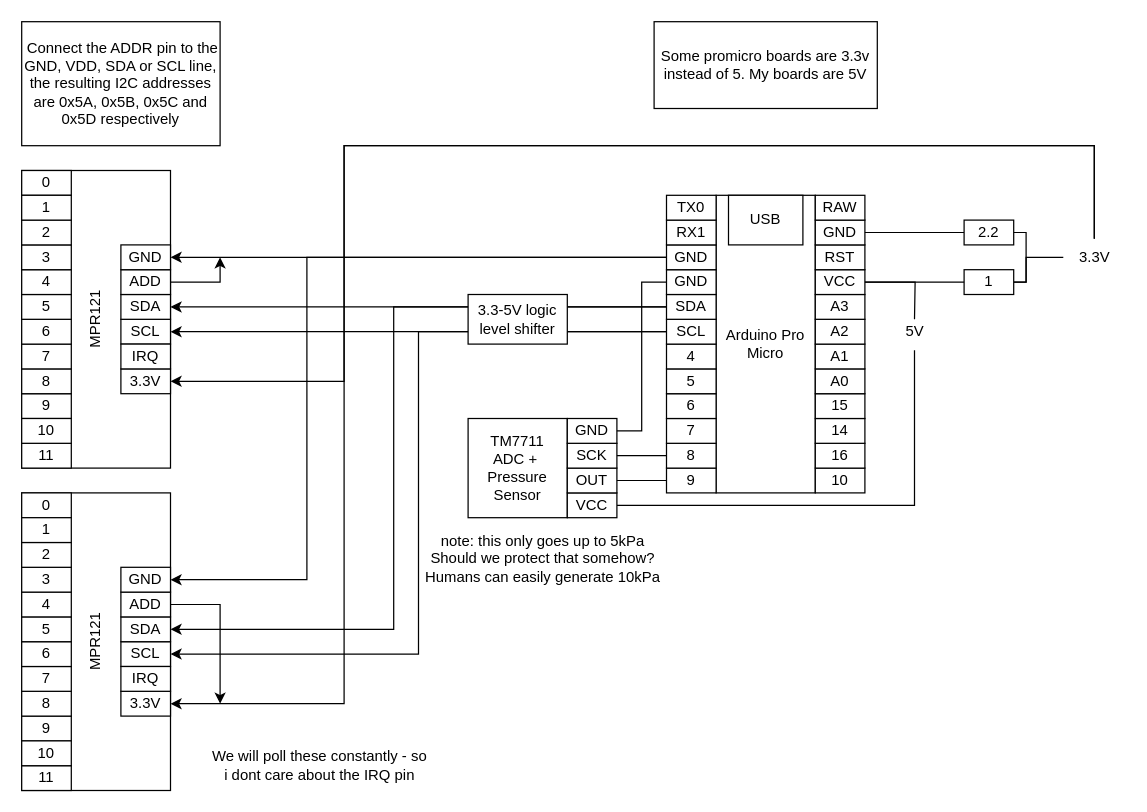
The draw.io diagram page "Circuit" (3 of 3) of notes/diagrams.drawio in starmaid/ewi, before the edit. Source tidied: cells renumbered, new cells numbered last; positions are measured from the earlier drawing's top-left corner, leaving out a move shared by most shapes. Both pictures are drawn from the tidied source at 124%, with x=0, y=0 at pixel (21, 21).
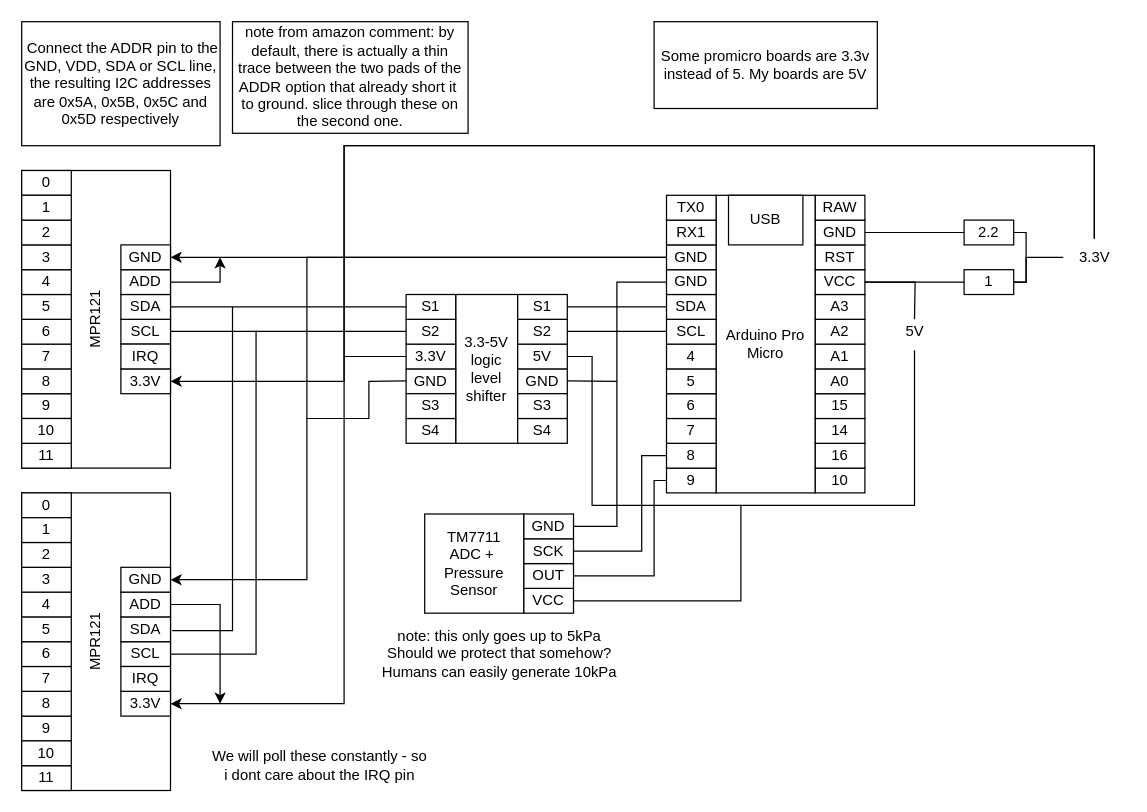
After the change.

The change refers to these unchanged cells:
```xml
<mxCell id="4" value="9" style="rounded=0;whiteSpace=wrap;html=1;" parent="2" vertex="1">
  <mxGeometry y="220" width="40" height="20" as="geometry" />
</mxCell>
<mxCell id="5" value="8" style="rounded=0;whiteSpace=wrap;html=1;" parent="2" vertex="1">
  <mxGeometry y="200" width="40" height="20" as="geometry" />
</mxCell>
<mxCell id="10" value="SCL" style="rounded=0;whiteSpace=wrap;html=1;" parent="2" vertex="1">
  <mxGeometry y="100" width="40" height="20" as="geometry" />
</mxCell>
<mxCell id="18" value="SDA" style="rounded=0;whiteSpace=wrap;html=1;" parent="2" vertex="1">
  <mxGeometry y="80" width="40" height="20" as="geometry" />
</mxCell>
<mxCell id="19" value="GND" style="rounded=0;whiteSpace=wrap;html=1;" parent="2" vertex="1">
  <mxGeometry y="60" width="40" height="20" as="geometry" />
</mxCell>
<mxCell id="40" value="5V" style="text;html=1;align=center;verticalAlign=middle;points=[];strokeColor=none;fillColor=none;" parent="1" vertex="1">
  <mxGeometry x="700" y="235" width="40" height="30" as="geometry" />
</mxCell>
<mxCell id="47" value="SCL" style="rounded=0;whiteSpace=wrap;html=1;" parent="1" vertex="1">
  <mxGeometry x="80" y="240" width="40" height="20" as="geometry" />
</mxCell>
<mxCell id="48" value="SDA" style="rounded=0;whiteSpace=wrap;html=1;" parent="1" vertex="1">
  <mxGeometry x="80" y="220" width="40" height="20" as="geometry" />
</mxCell>
<mxCell id="67" value="MPR121" style="rounded=0;whiteSpace=wrap;html=1;horizontal=0;" parent="1" vertex="1">
  <mxGeometry y="380" width="120" height="240" as="geometry" />
</mxCell>
<mxCell id="68" value="SCL" style="rounded=0;whiteSpace=wrap;html=1;" parent="1" vertex="1">
  <mxGeometry x="80" y="500" width="40" height="20" as="geometry" />
</mxCell>
<mxCell id="69" value="SDA" style="rounded=0;whiteSpace=wrap;html=1;" parent="1" vertex="1">
  <mxGeometry x="80" y="480" width="40" height="20" as="geometry" />
</mxCell>
```

Change to the diagram source:
```diff
@@
     <mxCell id="39" style="edgeStyle=orthogonalEdgeStyle;rounded=0;jettySize=auto;html=1;entryX=1;entryY=0.5;entryDx=0;entryDy=0;endArrow=none;endFill=0;" parent="1" edge="1" source="40" target="42">
       <mxGeometry relative="1" as="geometry">
         <Array as="points">
           <mxPoint x="720" y="390" />
+          <mxPoint x="580" y="390" />
+          <mxPoint x="580" y="467" />
         </Array>
       </mxGeometry>
     </mxCell>
@@
     <mxCell id="41" value="TM7711&lt;br&gt;ADC +&amp;nbsp;&lt;br&gt;Pressure Sensor" style="rounded=0;whiteSpace=wrap;html=1;" parent="1" vertex="1">
-      <mxGeometry x="360" y="320" width="80" height="80" as="geometry" />
+      <mxGeometry x="325" y="397" width="80" height="80" as="geometry" />
     </mxCell>
     <mxCell id="42" value="VCC" style="rounded=0;whiteSpace=wrap;html=1;" parent="1" vertex="1">
-      <mxGeometry x="440" y="380" width="40" height="20" as="geometry" />
+      <mxGeometry x="405" y="457" width="40" height="20" as="geometry" />
     </mxCell>
     <mxCell id="43" value="OUT" style="rounded=0;whiteSpace=wrap;html=1;" parent="1" vertex="1">
-      <mxGeometry x="440" y="360" width="40" height="20" as="geometry" />
+      <mxGeometry x="405" y="437" width="40" height="20" as="geometry" />
     </mxCell>
     <mxCell id="44" value="SCK" style="rounded=0;whiteSpace=wrap;html=1;" parent="1" vertex="1">
-      <mxGeometry x="440" y="340" width="40" height="20" as="geometry" />
+      <mxGeometry x="405" y="417" width="40" height="20" as="geometry" />
     </mxCell>
     <mxCell id="45" value="GND" style="rounded=0;whiteSpace=wrap;html=1;" parent="1" vertex="1">
-      <mxGeometry x="440" y="320" width="40" height="20" as="geometry" />
+      <mxGeometry x="405" y="397" width="40" height="20" as="geometry" />
     </mxCell>
@@
-    <mxCell id="88" style="edgeStyle=orthogonalEdgeStyle;rounded=0;jettySize=auto;html=1;entryX=1;entryY=0.5;entryDx=0;entryDy=0;endArrow=none;endFill=0;" parent="1" edge="1" source="5" target="44">
+    <mxCell id="88" style="edgeStyle=orthogonalEdgeStyle;rounded=0;jettySize=auto;html=1;entryX=1;entryY=0.5;entryDx=0;entryDy=0;endArrow=none;endFill=0;exitX=0;exitY=0.5;exitDx=0;exitDy=0;" parent="1" edge="1" source="5" target="44">
       <mxGeometry relative="1" as="geometry">
         <Array as="points">
-          <mxPoint x="480" y="350" />
-          <mxPoint x="480" y="350" />
+          <mxPoint x="500" y="350" />
+          <mxPoint x="500" y="427" />
         </Array>
       </mxGeometry>
     </mxCell>
-    <mxCell id="89" style="edgeStyle=orthogonalEdgeStyle;rounded=0;jettySize=auto;html=1;entryX=1;entryY=0.5;entryDx=0;entryDy=0;endArrow=none;endFill=0;" parent="1" edge="1" source="4" target="43">
+    <mxCell id="89" style="edgeStyle=orthogonalEdgeStyle;rounded=0;jettySize=auto;html=1;entryX=1;entryY=0.5;entryDx=0;entryDy=0;endArrow=none;endFill=0;" parent="1" edge="1" target="43">
       <mxGeometry relative="1" as="geometry">
+        <mxPoint x="520" y="370" as="sourcePoint" />
         <Array as="points">
-          <mxPoint x="480" y="370" />
-          <mxPoint x="480" y="370" />
+          <mxPoint x="510" y="370" />
+          <mxPoint x="510" y="447" />
         </Array>
       </mxGeometry>
     </mxCell>
@@
     <mxCell id="92" style="edgeStyle=orthogonalEdgeStyle;rounded=0;jettySize=auto;html=1;entryX=1;entryY=0.5;entryDx=0;entryDy=0;endArrow=none;endFill=0;" parent="1" edge="1" source="19" target="45">
-      <mxGeometry relative="1" as="geometry" />
+      <mxGeometry relative="1" as="geometry">
+        <Array as="points">
+          <mxPoint x="480" y="210" />
+          <mxPoint x="480" y="407" />
+        </Array>
+      </mxGeometry>
     </mxCell>
-    <mxCell id="93" style="edgeStyle=orthogonalEdgeStyle;rounded=0;jettySize=auto;html=1;entryX=1;entryY=0.5;entryDx=0;entryDy=0;" parent="1" edge="1" source="18" target="48">
-      <mxGeometry relative="1" as="geometry" />
-    </mxCell>
-    <mxCell id="94" style="edgeStyle=orthogonalEdgeStyle;rounded=0;jettySize=auto;html=1;entryX=1;entryY=0.5;entryDx=0;entryDy=0;" parent="1" edge="1" source="10" target="47">
-      <mxGeometry relative="1" as="geometry" />
-    </mxCell>
-    <mxCell id="95" style="edgeStyle=orthogonalEdgeStyle;rounded=0;jettySize=auto;html=1;entryX=1;entryY=0.5;entryDx=0;entryDy=0;" parent="1" edge="1" source="18" target="69">
-      <mxGeometry relative="1" as="geometry">
-        <Array as="points">
-          <mxPoint x="300" y="230" />
-          <mxPoint x="300" y="490" />
-        </Array>
-      </mxGeometry>
-    </mxCell>
-    <mxCell id="96" style="edgeStyle=orthogonalEdgeStyle;rounded=0;jettySize=auto;html=1;entryX=1;entryY=0.5;entryDx=0;entryDy=0;" parent="1" edge="1" source="10" target="68">
-      <mxGeometry relative="1" as="geometry" />
-    </mxCell>
     <mxCell id="97" value="note: this only goes up to 5kPa&lt;div&gt;Should we protect that somehow?&lt;/div&gt;&lt;div&gt;Humans can easily generate 10kPa&lt;/div&gt;" style="text;html=1;align=center;verticalAlign=middle;strokeColor=none;fillColor=none;" parent="1" vertex="1">
-      <mxGeometry x="315" y="403" width="210" height="60" as="geometry" />
+      <mxGeometry x="280" y="480" width="210" height="60" as="geometry" />
     </mxCell>
@@
     <mxCell id="99" value="3.3-5V logic level shifter" style="rounded=0;whiteSpace=wrap;html=1;" parent="1" vertex="1">
-      <mxGeometry x="360" y="220" width="80" height="40" as="geometry" />
+      <mxGeometry x="350" y="220" width="50" height="120" as="geometry" />
     </mxCell>
+    <mxCell id="100" value="GND" style="rounded=0;whiteSpace=wrap;html=1;" parent="1" vertex="1">
+      <mxGeometry x="310" y="280" width="40" height="20" as="geometry" />
+    </mxCell>
+    <mxCell id="101" value="3.3V" style="rounded=0;whiteSpace=wrap;html=1;" parent="1" vertex="1">
+      <mxGeometry x="310" y="260" width="40" height="20" as="geometry" />
+    </mxCell>
+    <mxCell id="102" value="S2" style="rounded=0;whiteSpace=wrap;html=1;" parent="1" vertex="1">
+      <mxGeometry x="310" y="240" width="40" height="20" as="geometry" />
+    </mxCell>
+    <mxCell id="103" value="S1" style="rounded=0;whiteSpace=wrap;html=1;" parent="1" vertex="1">
+      <mxGeometry x="310" y="220" width="40" height="20" as="geometry" />
+    </mxCell>
+    <mxCell id="104" value="S4" style="rounded=0;whiteSpace=wrap;html=1;" parent="1" vertex="1">
+      <mxGeometry x="310" y="320" width="40" height="20" as="geometry" />
+    </mxCell>
+    <mxCell id="105" value="S3" style="rounded=0;whiteSpace=wrap;html=1;" parent="1" vertex="1">
+      <mxGeometry x="310" y="300" width="40" height="20" as="geometry" />
+    </mxCell>
+    <mxCell id="106" value="GND" style="rounded=0;whiteSpace=wrap;html=1;" parent="1" vertex="1">
+      <mxGeometry x="400" y="280" width="40" height="20" as="geometry" />
+    </mxCell>
+    <mxCell id="107" value="5V" style="rounded=0;whiteSpace=wrap;html=1;" parent="1" vertex="1">
+      <mxGeometry x="400" y="260" width="40" height="20" as="geometry" />
+    </mxCell>
+    <mxCell id="108" value="S2" style="rounded=0;whiteSpace=wrap;html=1;" parent="1" vertex="1">
+      <mxGeometry x="400" y="240" width="40" height="20" as="geometry" />
+    </mxCell>
+    <mxCell id="109" value="S1" style="rounded=0;whiteSpace=wrap;html=1;" parent="1" vertex="1">
+      <mxGeometry x="400" y="220" width="40" height="20" as="geometry" />
+    </mxCell>
+    <mxCell id="110" value="S4" style="rounded=0;whiteSpace=wrap;html=1;" parent="1" vertex="1">
+      <mxGeometry x="400" y="320" width="40" height="20" as="geometry" />
+    </mxCell>
+    <mxCell id="111" value="S3" style="rounded=0;whiteSpace=wrap;html=1;" parent="1" vertex="1">
+      <mxGeometry x="400" y="300" width="40" height="20" as="geometry" />
+    </mxCell>
+    <mxCell id="112" style="endArrow=none;html=1;rounded=0;entryX=0;entryY=0.5;entryDx=0;entryDy=0;" parent="1" edge="1" target="18">
+      <mxGeometry relative="1" as="geometry">
+        <mxPoint x="440" y="230" as="sourcePoint" />
+      </mxGeometry>
+    </mxCell>
+    <mxCell id="113" style="endArrow=none;html=1;rounded=0;entryX=0;entryY=0.5;entryDx=0;entryDy=0;" parent="1" edge="1">
+      <mxGeometry relative="1" as="geometry">
+        <mxPoint x="440" y="249.7" as="sourcePoint" />
+        <mxPoint x="520" y="249.7" as="targetPoint" />
+      </mxGeometry>
+    </mxCell>
+    <mxCell id="114" style="endArrow=none;html=1;rounded=0;exitX=1;exitY=0.5;exitDx=0;exitDy=0;" parent="1" edge="1" source="107">
+      <mxGeometry relative="1" as="geometry">
+        <mxPoint x="580" y="390" as="targetPoint" />
+        <Array as="points">
+          <mxPoint x="460" y="270" />
+          <mxPoint x="460" y="390" />
+        </Array>
+      </mxGeometry>
+    </mxCell>
+    <mxCell id="115" style="endArrow=none;html=1;rounded=0;" parent="1" edge="1">
+      <mxGeometry relative="1" as="geometry">
+        <mxPoint x="440" y="289.7" as="sourcePoint" />
+        <mxPoint x="480" y="290" as="targetPoint" />
+      </mxGeometry>
+    </mxCell>
+    <mxCell id="116" style="endArrow=none;html=1;rounded=0;exitX=1;exitY=0.5;exitDx=0;exitDy=0;entryX=0;entryY=0.5;entryDx=0;entryDy=0;" parent="1" edge="1" source="48" target="103">
+      <mxGeometry relative="1" as="geometry" />
+    </mxCell>
+    <mxCell id="117" style="endArrow=none;html=1;rounded=0;exitX=1;exitY=0.5;exitDx=0;exitDy=0;entryX=0;entryY=0.5;entryDx=0;entryDy=0;" parent="1" edge="1">
+      <mxGeometry relative="1" as="geometry">
+        <mxPoint x="120" y="249.7" as="sourcePoint" />
+        <mxPoint x="310" y="249.7" as="targetPoint" />
+      </mxGeometry>
+    </mxCell>
+    <mxCell id="118" style="endArrow=none;html=1;rounded=0;exitX=1.011;exitY=0.463;exitDx=0;exitDy=0;exitPerimeter=0;" parent="1" edge="1" source="67">
+      <mxGeometry relative="1" as="geometry">
+        <mxPoint x="170" y="230" as="targetPoint" />
+        <Array as="points">
+          <mxPoint x="170" y="491" />
+        </Array>
+      </mxGeometry>
+    </mxCell>
+    <mxCell id="119" style="endArrow=none;html=1;rounded=0;exitX=1.011;exitY=0.463;exitDx=0;exitDy=0;exitPerimeter=0;" parent="1" edge="1">
+      <mxGeometry relative="1" as="geometry">
+        <mxPoint x="120" y="510" as="sourcePoint" />
+        <mxPoint x="189" y="249" as="targetPoint" />
+        <Array as="points">
+          <mxPoint x="189" y="510" />
+        </Array>
+      </mxGeometry>
+    </mxCell>
+    <mxCell id="120" style="endArrow=none;html=1;rounded=0;entryX=0;entryY=0.5;entryDx=0;entryDy=0;" parent="1" edge="1" target="101">
+      <mxGeometry relative="1" as="geometry">
+        <mxPoint x="260" y="270" as="sourcePoint" />
+      </mxGeometry>
+    </mxCell>
+    <mxCell id="121" style="endArrow=none;html=1;rounded=0;entryX=0;entryY=0.5;entryDx=0;entryDy=0;" parent="1" edge="1">
+      <mxGeometry relative="1" as="geometry">
+        <mxPoint x="230" y="320" as="sourcePoint" />
+        <mxPoint x="310" y="289.7" as="targetPoint" />
+        <Array as="points">
+          <mxPoint x="280" y="320" />
+          <mxPoint x="280" y="290" />
+        </Array>
+      </mxGeometry>
+    </mxCell>
+    <mxCell id="122" value="note from amazon comment:&amp;nbsp;&lt;span style=&quot;&quot;&gt;by default, there is actually a thin trace between the two pads of the ADDR option that already short it&amp;nbsp; to ground. slice through these on the second one.&lt;/span&gt;" style="rounded=0;whiteSpace=wrap;html=1;" parent="1" vertex="1">
+      <mxGeometry x="170" width="190" height="90" as="geometry" />
+    </mxCell>
```
